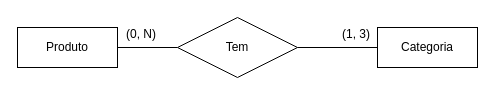
raissiafreitas/ecommerce-node-api keeps this draw.io diagram as page "Modelo Conceitual" (1 of 2) of requirements/ecommerce-database.drawio. Above is the earlier version. Source tidied: cells renumbered, new cells numbered last; positions are measured from the earlier drawing's top-left corner, leaving out a move shared by most shapes. Both pictures are drawn from the tidied source at 100%, with x=0, y=0 at pixel (17, 17).
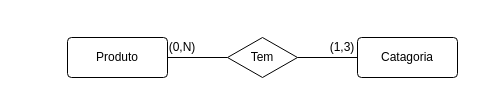
The same page after the edit.

Change to the diagram source:
```diff
@@
 <mxGraphModel>
   <root>
     <mxCell id="0" />
     <mxCell id="1" parent="0" />
+    <mxCell id="6" style="edgeStyle=none;html=1;exitX=1;exitY=0.5;exitDx=0;exitDy=0;entryX=0;entryY=0.5;entryDx=0;entryDy=0;endArrow=none;endFill=0;" parent="1" edge="1" source="3" target="9">
+      <mxGeometry relative="1" as="geometry" />
+    </mxCell>
+    <mxCell id="3" value="Produto" style="rounded=1;arcSize=10;whiteSpace=wrap;html=1;align=center;" parent="1" vertex="1">
+      <mxGeometry x="50" y="20" width="100" height="40" as="geometry" />
+    </mxCell>
+    <mxCell id="5" value="Catagoria" style="rounded=1;arcSize=10;whiteSpace=wrap;html=1;align=center;" parent="1" vertex="1">
+      <mxGeometry x="340" y="20" width="100" height="40" as="geometry" />
+    </mxCell>
-    <mxCell id="2" style="edgeStyle=none;html=1;entryX=0;entryY=0.5;entryDx=0;entryDy=0;endArrow=none;endFill=0;" parent="1" edge="1" source="3" target="6">
+    <mxCell id="2" style="edgeStyle=none;html=1;exitX=1;exitY=0.5;exitDx=0;exitDy=0;entryX=0;entryY=0.5;entryDx=0;entryDy=0;endArrow=none;endFill=0;" parent="1" edge="1" source="9" target="5">
       <mxGeometry relative="1" as="geometry" />
     </mxCell>
-    <mxCell id="3" value="Produto" style="whiteSpace=wrap;html=1;align=center;" parent="1" vertex="1">
-      <mxGeometry y="10" width="100" height="40" as="geometry" />
-    </mxCell>
+    <mxCell id="9" value="Tem" style="shape=rhombus;perimeter=rhombusPerimeter;whiteSpace=wrap;html=1;align=center;" parent="1" vertex="1">
+      <mxGeometry x="210" y="20" width="70" height="40" as="geometry" />
+    </mxCell>
-    <mxCell id="4" style="edgeStyle=none;html=1;entryX=1;entryY=0.5;entryDx=0;entryDy=0;endArrow=none;endFill=0;" parent="1" edge="1" source="5" target="6">
-      <mxGeometry relative="1" as="geometry" />
+    <mxCell id="4" value="(1,3)" style="text;html=1;strokeColor=none;fillColor=none;align=center;verticalAlign=middle;whiteSpace=wrap;rounded=0;" parent="1" vertex="1">
+      <mxGeometry x="310" y="20" width="30" height="20" as="geometry" />
     </mxCell>
-    <mxCell id="5" value="Categoria" style="whiteSpace=wrap;html=1;align=center;" parent="1" vertex="1">
-      <mxGeometry x="360" y="10" width="100" height="40" as="geometry" />
-    </mxCell>
-    <mxCell id="6" value="Tem" style="shape=rhombus;perimeter=rhombusPerimeter;whiteSpace=wrap;html=1;align=center;" parent="1" vertex="1">
-      <mxGeometry x="160" width="120" height="60" as="geometry" />
-    </mxCell>
-    <mxCell id="7" value="(1, 3)" style="text;html=1;strokeColor=none;fillColor=none;align=center;verticalAlign=middle;whiteSpace=wrap;rounded=0;" parent="1" vertex="1">
-      <mxGeometry x="309" y="2" width="60" height="30" as="geometry" />
-    </mxCell>
-    <mxCell id="8" value="(0, N)" style="text;html=1;strokeColor=none;fillColor=none;align=center;verticalAlign=middle;whiteSpace=wrap;rounded=0;" parent="1" vertex="1">
-      <mxGeometry x="94" y="2" width="60" height="30" as="geometry" />
-    </mxCell>
+    <mxCell id="10" value="(0,N)" style="text;html=1;strokeColor=none;fillColor=none;align=center;verticalAlign=middle;whiteSpace=wrap;rounded=0;" parent="1" vertex="1">
+      <mxGeometry x="150" y="20" width="30" height="20" as="geometry" />
+    </mxCell>
   </root>
 </mxGraphModel>
```
